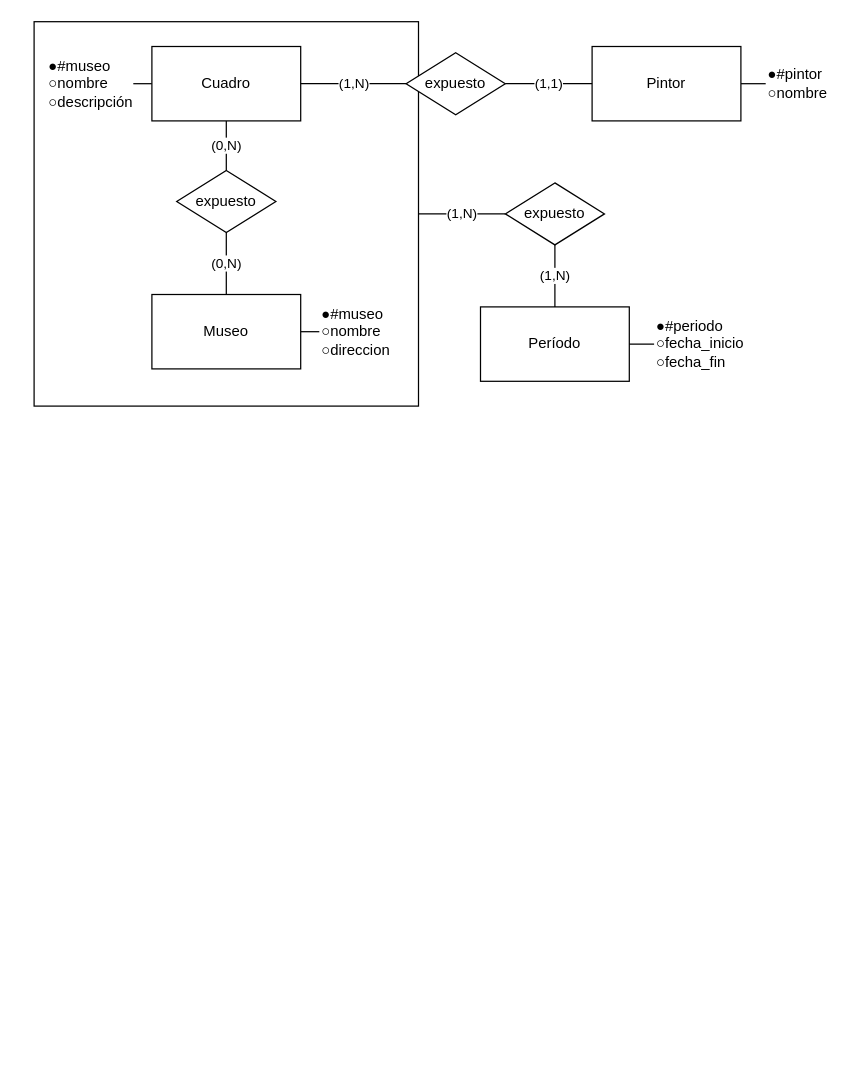
Above: page "Inciso A" (1 of 3) of Diagrama sin título.drawio in senras/BD1 (draw.io), before the change. Source tidied: cells renumbered, new cells numbered last; positions are measured from the earlier drawing's top-left corner, leaving out a move shared by most shapes. Both pictures are drawn from the tidied source at 124%, with x=0, y=0 at pixel (33, 21).
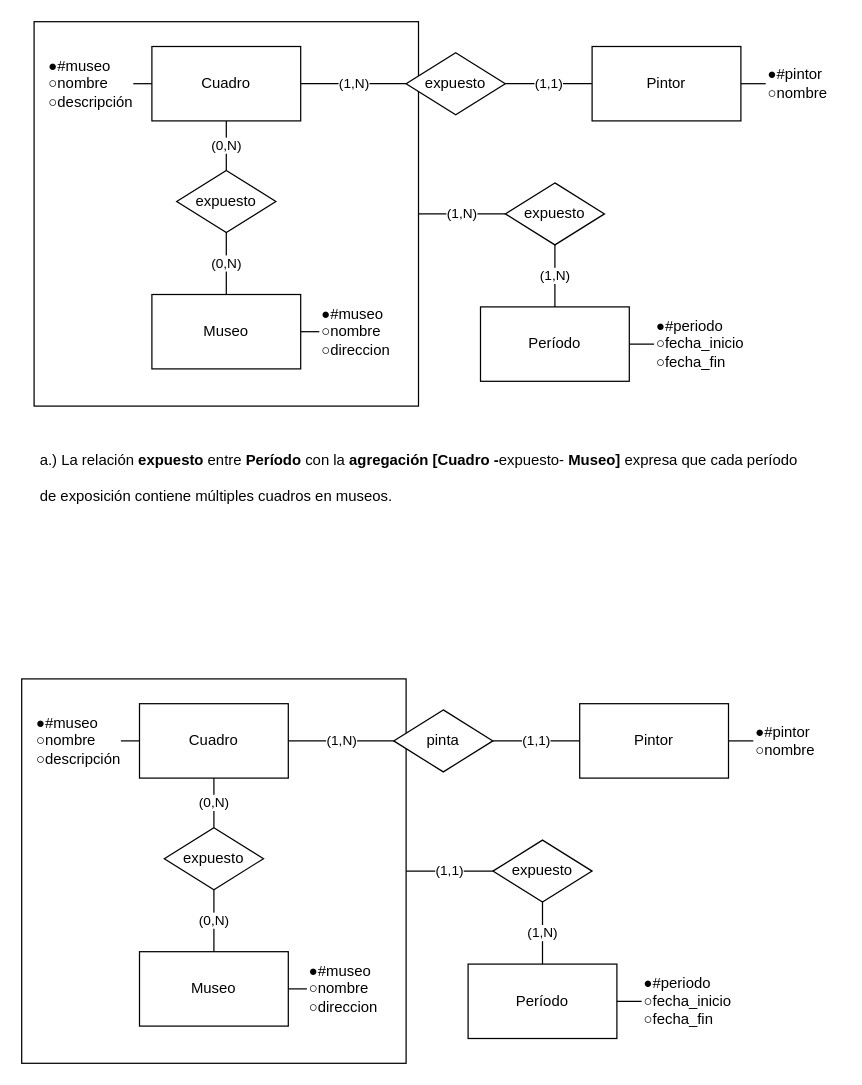
Above is the later version.

What changed in the source:
```diff
@@
+    <mxCell id="24" value="&lt;h1&gt;&lt;font style=&quot;font-size: 12px; font-weight: normal;&quot;&gt;a.) La relación &lt;/font&gt;&lt;font style=&quot;font-size: 12px;&quot;&gt;expuesto &lt;/font&gt;&lt;font style=&quot;font-size: 12px; font-weight: normal;&quot;&gt;entre &lt;/font&gt;&lt;font style=&quot;font-size: 12px;&quot;&gt;Período &lt;/font&gt;&lt;font style=&quot;font-size: 12px; font-weight: normal;&quot;&gt;con la &lt;/font&gt;&lt;font style=&quot;font-size: 12px;&quot;&gt;agregación [&lt;/font&gt;&lt;font style=&quot;font-size: 12px;&quot;&gt;Cuadro -&lt;/font&gt;&lt;font style=&quot;font-size: 12px; font-weight: normal;&quot;&gt;expuesto- &lt;/font&gt;&lt;font style=&quot;font-size: 12px;&quot;&gt;Museo] &lt;span style=&quot;font-weight: normal;&quot;&gt;expresa que cada período de exposición contiene múltiples cuadros en museos.&lt;/span&gt;&lt;/font&gt;&lt;/h1&gt;" style="text;html=1;strokeColor=none;fillColor=none;spacing=5;spacingTop=-20;whiteSpace=wrap;overflow=hidden;rounded=0;" parent="1" vertex="1">
+      <mxGeometry y="330" width="630" height="120" as="geometry" />
+    </mxCell>
+    <mxCell id="25" value="(1,1)" style="edgeStyle=orthogonalEdgeStyle;rounded=0;jettySize=auto;html=1;exitX=1;exitY=0.5;exitDx=0;exitDy=0;entryX=0;entryY=0.5;entryDx=0;entryDy=0;startArrow=none;startFill=0;endArrow=none;endFill=0;" parent="1" edge="1" source="26" target="41">
+      <mxGeometry relative="1" as="geometry" />
+    </mxCell>
+    <mxCell id="26" style="whiteSpace=wrap;html=1;" parent="1" vertex="1">
+      <mxGeometry x="-10" y="530" width="310" height="310" as="geometry" />
+    </mxCell>
+    <mxCell id="27" value="(0,N)" style="edgeStyle=orthogonalEdgeStyle;rounded=0;jettySize=auto;html=1;exitX=0.5;exitY=1;exitDx=0;exitDy=0;entryX=0.5;entryY=0;entryDx=0;entryDy=0;startArrow=none;startFill=0;endArrow=none;endFill=0;" parent="1" edge="1" source="29" target="36">
+      <mxGeometry relative="1" as="geometry" />
+    </mxCell>
+    <mxCell id="28" style="edgeStyle=orthogonalEdgeStyle;rounded=0;jettySize=auto;html=1;exitX=0;exitY=0.5;exitDx=0;exitDy=0;entryX=1;entryY=0.5;entryDx=0;entryDy=0;startArrow=none;startFill=0;endArrow=none;endFill=0;" parent="1" edge="1" source="29" target="46">
+      <mxGeometry relative="1" as="geometry" />
+    </mxCell>
+    <mxCell id="29" value="Cuadro" style="rounded=0;whiteSpace=wrap;html=1;" parent="1" vertex="1">
+      <mxGeometry x="85" y="550" width="120" height="60" as="geometry" />
+    </mxCell>
+    <mxCell id="30" style="edgeStyle=orthogonalEdgeStyle;rounded=0;jettySize=auto;html=1;exitX=1;exitY=0.5;exitDx=0;exitDy=0;entryX=0;entryY=0.5;entryDx=0;entryDy=0;startArrow=none;startFill=0;endArrow=none;endFill=0;" parent="1" edge="1" source="31" target="42">
+      <mxGeometry relative="1" as="geometry" />
+    </mxCell>
+    <mxCell id="31" value="Pintor" style="rounded=0;whiteSpace=wrap;html=1;" parent="1" vertex="1">
+      <mxGeometry x="440" y="550" width="120" height="60" as="geometry" />
+    </mxCell>
+    <mxCell id="32" style="edgeStyle=orthogonalEdgeStyle;rounded=0;jettySize=auto;html=1;exitX=1;exitY=0.5;exitDx=0;exitDy=0;entryX=0;entryY=0.5;entryDx=0;entryDy=0;startArrow=none;startFill=0;endArrow=none;endFill=0;" parent="1" edge="1" source="33" target="45">
+      <mxGeometry relative="1" as="geometry" />
+    </mxCell>
+    <mxCell id="33" value="Museo" style="rounded=0;whiteSpace=wrap;html=1;" parent="1" vertex="1">
+      <mxGeometry x="85" y="750" width="120" height="60" as="geometry" />
+    </mxCell>
+    <mxCell id="34" value="Período" style="rounded=0;whiteSpace=wrap;html=1;" parent="1" vertex="1">
+      <mxGeometry x="350" y="760" width="120" height="60" as="geometry" />
+    </mxCell>
+    <mxCell id="35" value="(0,N)" style="edgeStyle=orthogonalEdgeStyle;rounded=0;jettySize=auto;html=1;exitX=0.5;exitY=1;exitDx=0;exitDy=0;endArrow=none;endFill=0;" parent="1" edge="1" source="36" target="33">
+      <mxGeometry relative="1" as="geometry" />
+    </mxCell>
+    <mxCell id="36" value="expuesto" style="rhombus;whiteSpace=wrap;html=1;" parent="1" vertex="1">
+      <mxGeometry x="105" y="650" width="80" height="50" as="geometry" />
+    </mxCell>
+    <mxCell id="37" value="(1,N)" style="endArrow=none;html=1;rounded=0;exitX=1;exitY=0.5;exitDx=0;exitDy=0;entryX=0;entryY=0.5;entryDx=0;entryDy=0;" parent="1" edge="1" source="29" target="39">
+      <mxGeometry relative="1" as="geometry" />
+    </mxCell>
+    <mxCell id="38" value="(1,1)" style="edgeStyle=orthogonalEdgeStyle;rounded=0;jettySize=auto;html=1;exitX=1;exitY=0.5;exitDx=0;exitDy=0;entryX=0;entryY=0.5;entryDx=0;entryDy=0;startArrow=none;startFill=0;endArrow=none;endFill=0;" parent="1" edge="1" source="39" target="31">
+      <mxGeometry relative="1" as="geometry" />
+    </mxCell>
+    <mxCell id="39" value="pinta" style="rhombus;whiteSpace=wrap;html=1;" parent="1" vertex="1">
+      <mxGeometry x="290" y="555" width="80" height="50" as="geometry" />
+    </mxCell>
+    <mxCell id="40" value="(1,N)" style="edgeStyle=orthogonalEdgeStyle;rounded=0;jettySize=auto;html=1;exitX=0.5;exitY=1;exitDx=0;exitDy=0;startArrow=none;startFill=0;endArrow=none;endFill=0;" parent="1" edge="1" source="41" target="34">
+      <mxGeometry relative="1" as="geometry" />
+    </mxCell>
+    <mxCell id="41" value="expuesto" style="rhombus;whiteSpace=wrap;html=1;" parent="1" vertex="1">
+      <mxGeometry x="370" y="660" width="80" height="50" as="geometry" />
+    </mxCell>
+    <mxCell id="42" value="●#pintor&lt;br&gt;○nombre" style="text;html=1;strokeColor=none;fillColor=none;align=left;verticalAlign=middle;whiteSpace=wrap;rounded=0;" parent="1" vertex="1">
+      <mxGeometry x="580" y="565" width="60" height="30" as="geometry" />
+    </mxCell>
+    <mxCell id="43" style="edgeStyle=orthogonalEdgeStyle;rounded=0;jettySize=auto;html=1;exitX=0;exitY=0.5;exitDx=0;exitDy=0;startArrow=none;startFill=0;endArrow=none;endFill=0;" parent="1" edge="1" source="44" target="34">
+      <mxGeometry relative="1" as="geometry" />
+    </mxCell>
+    <mxCell id="44" value="&lt;span style=&quot;&quot;&gt;●#periodo&lt;/span&gt;&lt;br style=&quot;&quot;&gt;&lt;span style=&quot;&quot;&gt;○fecha_inicio&lt;br&gt;&lt;/span&gt;&lt;span style=&quot;&quot;&gt;○fecha_fin&lt;/span&gt;&lt;span style=&quot;&quot;&gt;&lt;br&gt;&lt;/span&gt;" style="text;html=1;strokeColor=none;fillColor=none;align=left;verticalAlign=middle;whiteSpace=wrap;rounded=0;" parent="1" vertex="1">
+      <mxGeometry x="490" y="767.5" width="90" height="45" as="geometry" />
+    </mxCell>
+    <mxCell id="45" value="&lt;span style=&quot;&quot;&gt;●#museo&lt;/span&gt;&lt;br style=&quot;&quot;&gt;&lt;span style=&quot;&quot;&gt;○nombre&lt;br&gt;&lt;/span&gt;&lt;span style=&quot;&quot;&gt;○direccion&lt;/span&gt;&lt;span style=&quot;&quot;&gt;&lt;br&gt;&lt;/span&gt;" style="text;html=1;strokeColor=none;fillColor=none;align=left;verticalAlign=middle;whiteSpace=wrap;rounded=0;" parent="1" vertex="1">
+      <mxGeometry x="220" y="757.5" width="90" height="45" as="geometry" />
+    </mxCell>
+    <mxCell id="46" value="&lt;span style=&quot;&quot;&gt;●#museo&lt;/span&gt;&lt;br style=&quot;&quot;&gt;&lt;span style=&quot;&quot;&gt;○nombre&lt;br&gt;&lt;/span&gt;&lt;span style=&quot;&quot;&gt;○descripción&lt;/span&gt;&lt;span style=&quot;&quot;&gt;&lt;br&gt;&lt;/span&gt;" style="text;html=1;strokeColor=none;fillColor=none;align=left;verticalAlign=middle;whiteSpace=wrap;rounded=0;" parent="1" vertex="1">
+      <mxGeometry y="557.5" width="70" height="45" as="geometry" />
+    </mxCell>
```
